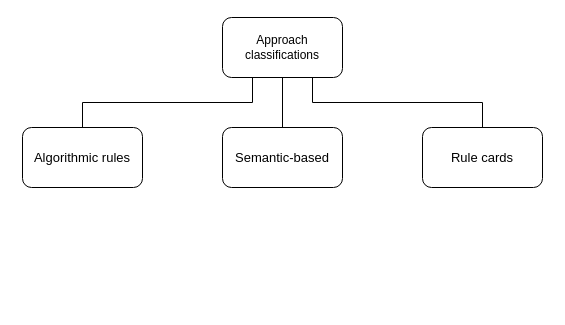
Earlier version of the draw.io diagram figures/classifications.drawio (neaguandrei101/2DV50E). Source tidied: cells renumbered, new cells numbered last; positions are measured from the earlier drawing's top-left corner, leaving out a move shared by most shapes. Both pictures are drawn from the tidied source at 100%, with x=0, y=0 at pixel (22, 17).
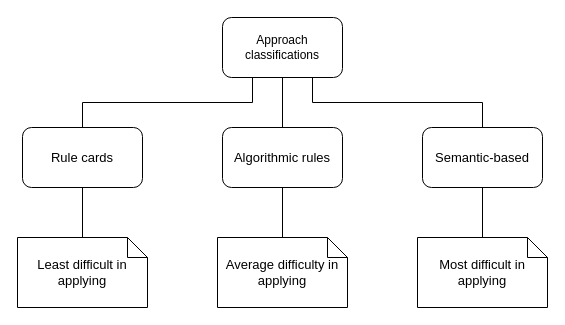
Above is the later version.

The edit, as a diff of the source:
```diff
@@
 <mxGraphModel>
   <root>
     <mxCell id="0" />
     <mxCell id="1" parent="0" />
     <mxCell id="2" style="edgeStyle=orthogonalEdgeStyle;rounded=0;jettySize=auto;html=1;exitX=0.25;exitY=1;exitDx=0;exitDy=0;entryX=0.5;entryY=0;entryDx=0;entryDy=0;endArrow=none;endFill=0;" parent="1" edge="1" source="5" target="6">
       <mxGeometry relative="1" as="geometry" />
     </mxCell>
     <mxCell id="3" style="edgeStyle=orthogonalEdgeStyle;rounded=0;jettySize=auto;html=1;exitX=0.75;exitY=1;exitDx=0;exitDy=0;entryX=0.5;entryY=0;entryDx=0;entryDy=0;endArrow=none;endFill=0;" parent="1" edge="1" source="5" target="8">
       <mxGeometry relative="1" as="geometry" />
     </mxCell>
     <mxCell id="4" style="edgeStyle=orthogonalEdgeStyle;rounded=0;jettySize=auto;html=1;endArrow=none;endFill=0;" parent="1" edge="1" source="5" target="7">
       <mxGeometry relative="1" as="geometry" />
     </mxCell>
     <mxCell id="5" value="Approach classifications" style="rounded=1;whiteSpace=wrap;html=1;" parent="1" vertex="1">
       <mxGeometry x="200" width="120" height="60" as="geometry" />
     </mxCell>
-    <mxCell id="6" value="&lt;span style=&quot;font-size: 13px&quot;&gt;Algorithmic rules&lt;/span&gt;" style="rounded=1;whiteSpace=wrap;html=1;" parent="1" vertex="1">
+    <mxCell id="6" value="&lt;span style=&quot;font-size: 13px&quot;&gt;Rule cards&lt;/span&gt;" style="rounded=1;whiteSpace=wrap;html=1;" parent="1" vertex="1">
       <mxGeometry y="110" width="120" height="60" as="geometry" />
     </mxCell>
-    <mxCell id="7" value="&lt;span style=&quot;font-size: 13px ; color: #000000 ; font-weight: normal ; text-decoration: none ; font-family: &amp;#34;arial&amp;#34; ; font-style: normal&quot;&gt;Semantic-based&lt;/span&gt;" style="rounded=1;whiteSpace=wrap;html=1;" parent="1" vertex="1">
+    <mxCell id="7" value="&lt;span style=&quot;font-size: 13px ; color: #000000 ; font-weight: normal ; text-decoration: none ; font-family: &amp;#34;arial&amp;#34; ; font-style: normal&quot;&gt;Algorithmic rules&lt;/span&gt;" style="rounded=1;whiteSpace=wrap;html=1;" parent="1" vertex="1">
       <mxGeometry x="200" y="110" width="120" height="60" as="geometry" />
     </mxCell>
-    <mxCell id="8" value="&lt;span style=&quot;font-size: 13px ; color: #000000 ; font-weight: normal ; text-decoration: none ; font-family: &amp;#34;arial&amp;#34; ; font-style: normal&quot;&gt;Rule cards&lt;/span&gt;" style="rounded=1;whiteSpace=wrap;html=1;" parent="1" vertex="1">
+    <mxCell id="8" value="&lt;span style=&quot;font-family: &amp;#34;arial&amp;#34; ; font-size: 13px&quot;&gt;Semantic-based&lt;/span&gt;" style="rounded=1;whiteSpace=wrap;html=1;" parent="1" vertex="1">
       <mxGeometry x="400" y="110" width="120" height="60" as="geometry" />
     </mxCell>
+    <mxCell id="9" style="edgeStyle=orthogonalEdgeStyle;rounded=0;jettySize=auto;html=1;fontSize=13;endArrow=none;endFill=0;" parent="1" edge="1" source="10" target="6">
+      <mxGeometry relative="1" as="geometry" />
+    </mxCell>
+    <mxCell id="10" value="Least difficult in applying" style="shape=note;size=20;whiteSpace=wrap;html=1;fontSize=13;strokeWidth=1;" parent="1" vertex="1">
+      <mxGeometry x="-5" y="220" width="130" height="70" as="geometry" />
+    </mxCell>
+    <mxCell id="11" style="edgeStyle=orthogonalEdgeStyle;rounded=0;jettySize=auto;html=1;fontSize=13;endArrow=none;endFill=0;" parent="1" edge="1" source="12" target="7">
+      <mxGeometry relative="1" as="geometry" />
+    </mxCell>
+    <mxCell id="12" value="Average difficulty in applying" style="shape=note;size=20;whiteSpace=wrap;html=1;fontSize=13;strokeWidth=1;" parent="1" vertex="1">
+      <mxGeometry x="195" y="220" width="130" height="70" as="geometry" />
+    </mxCell>
+    <mxCell id="13" style="edgeStyle=orthogonalEdgeStyle;rounded=0;jettySize=auto;html=1;fontSize=13;endArrow=none;endFill=0;" parent="1" edge="1" source="14" target="8">
+      <mxGeometry relative="1" as="geometry" />
+    </mxCell>
+    <mxCell id="14" value="Most difficult in applying" style="shape=note;size=20;whiteSpace=wrap;html=1;fontSize=13;strokeWidth=1;" parent="1" vertex="1">
+      <mxGeometry x="395" y="220" width="130" height="70" as="geometry" />
+    </mxCell>
   </root>
 </mxGraphModel>
```
